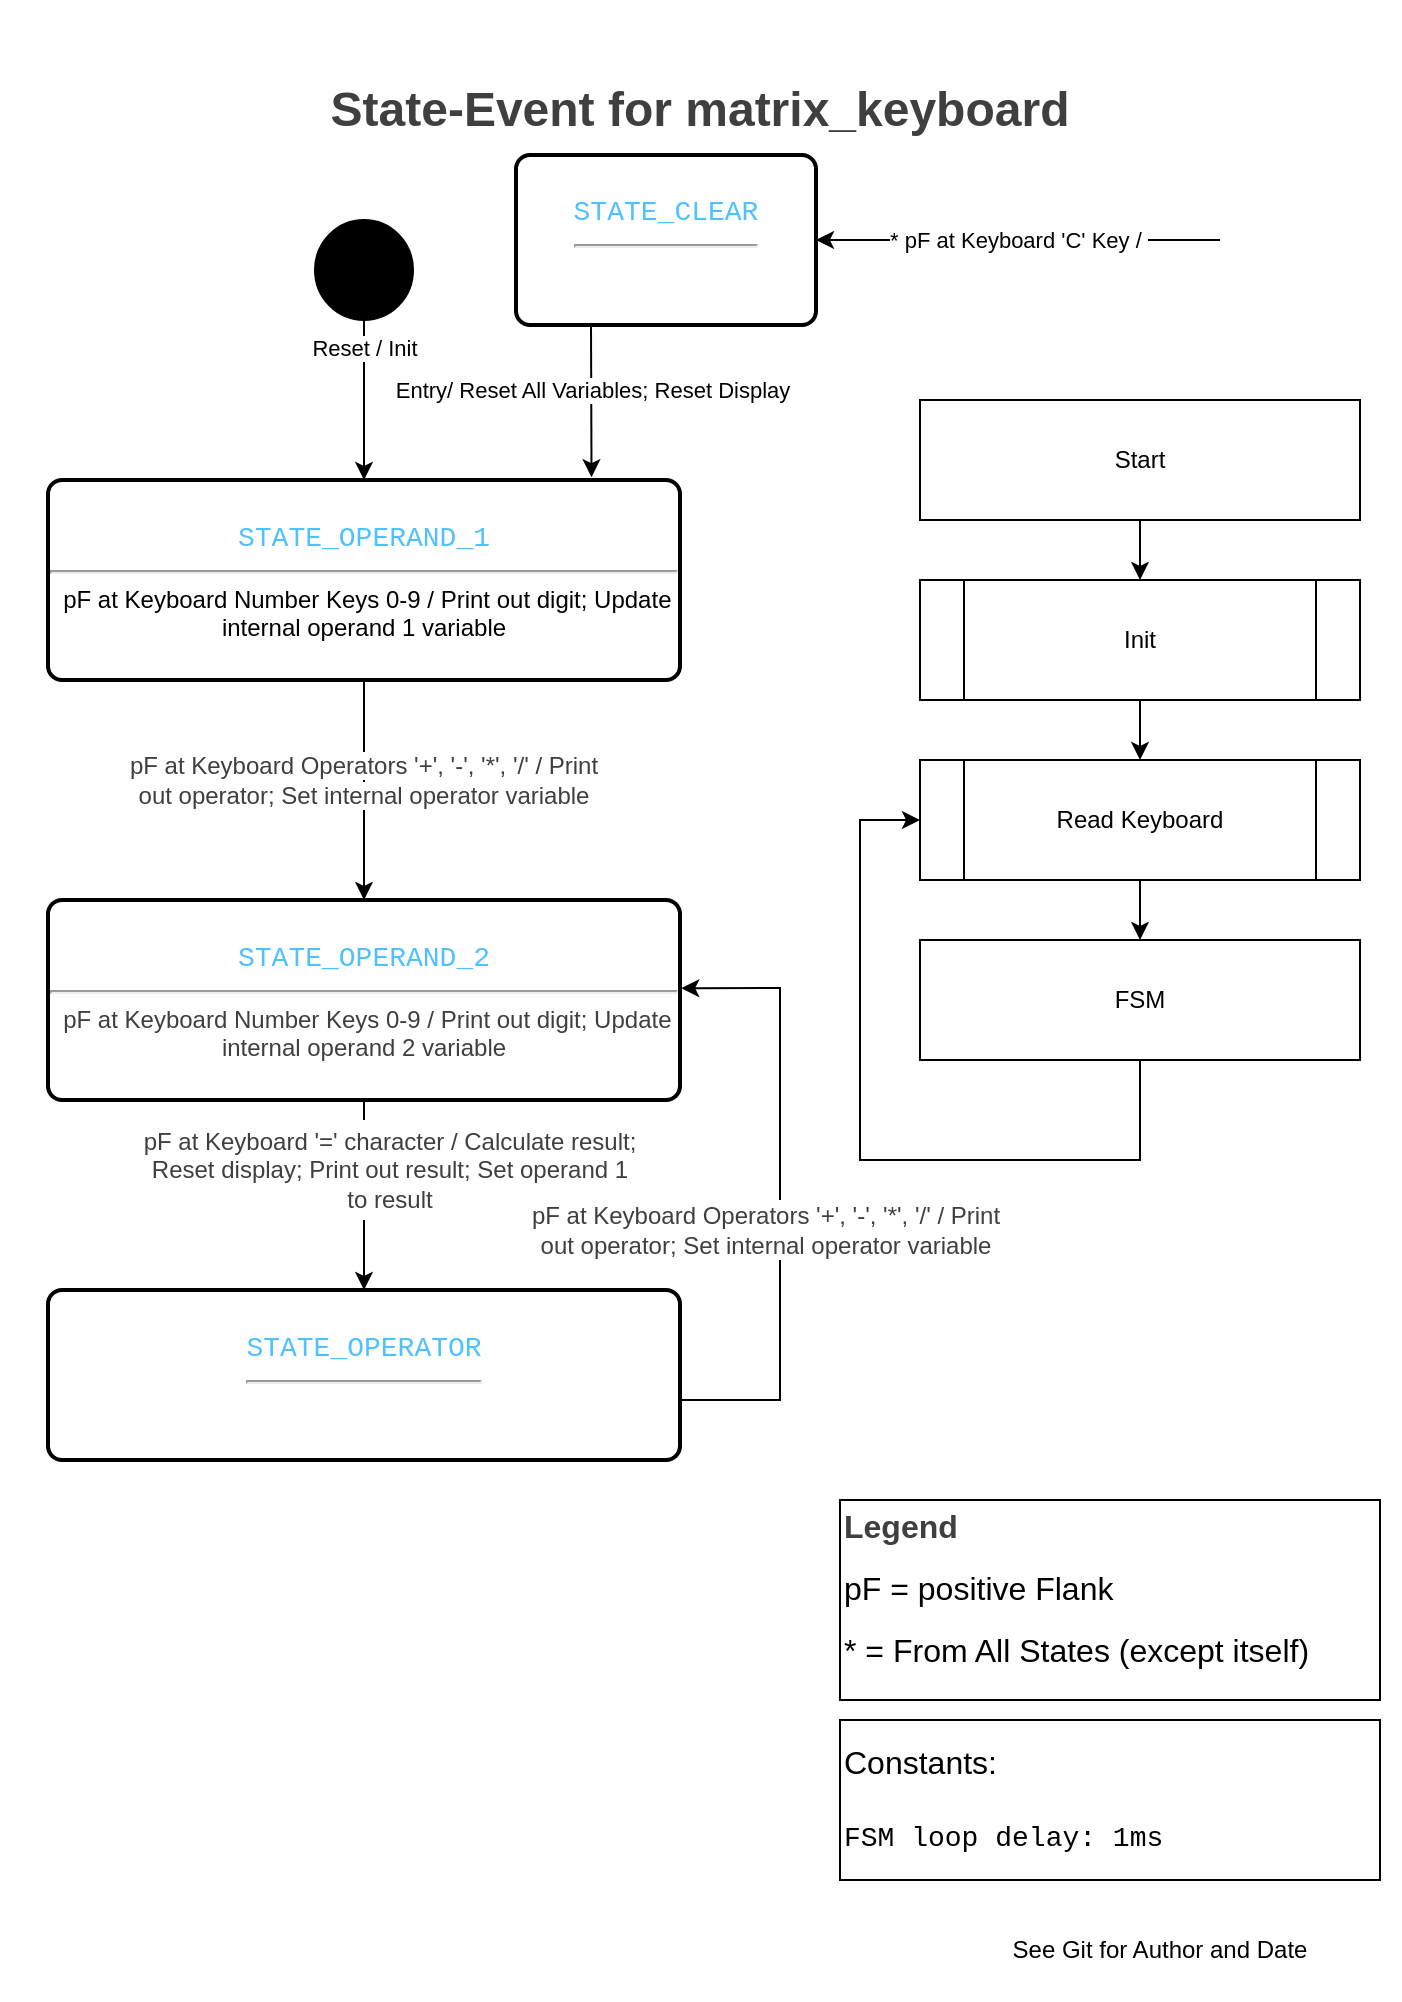
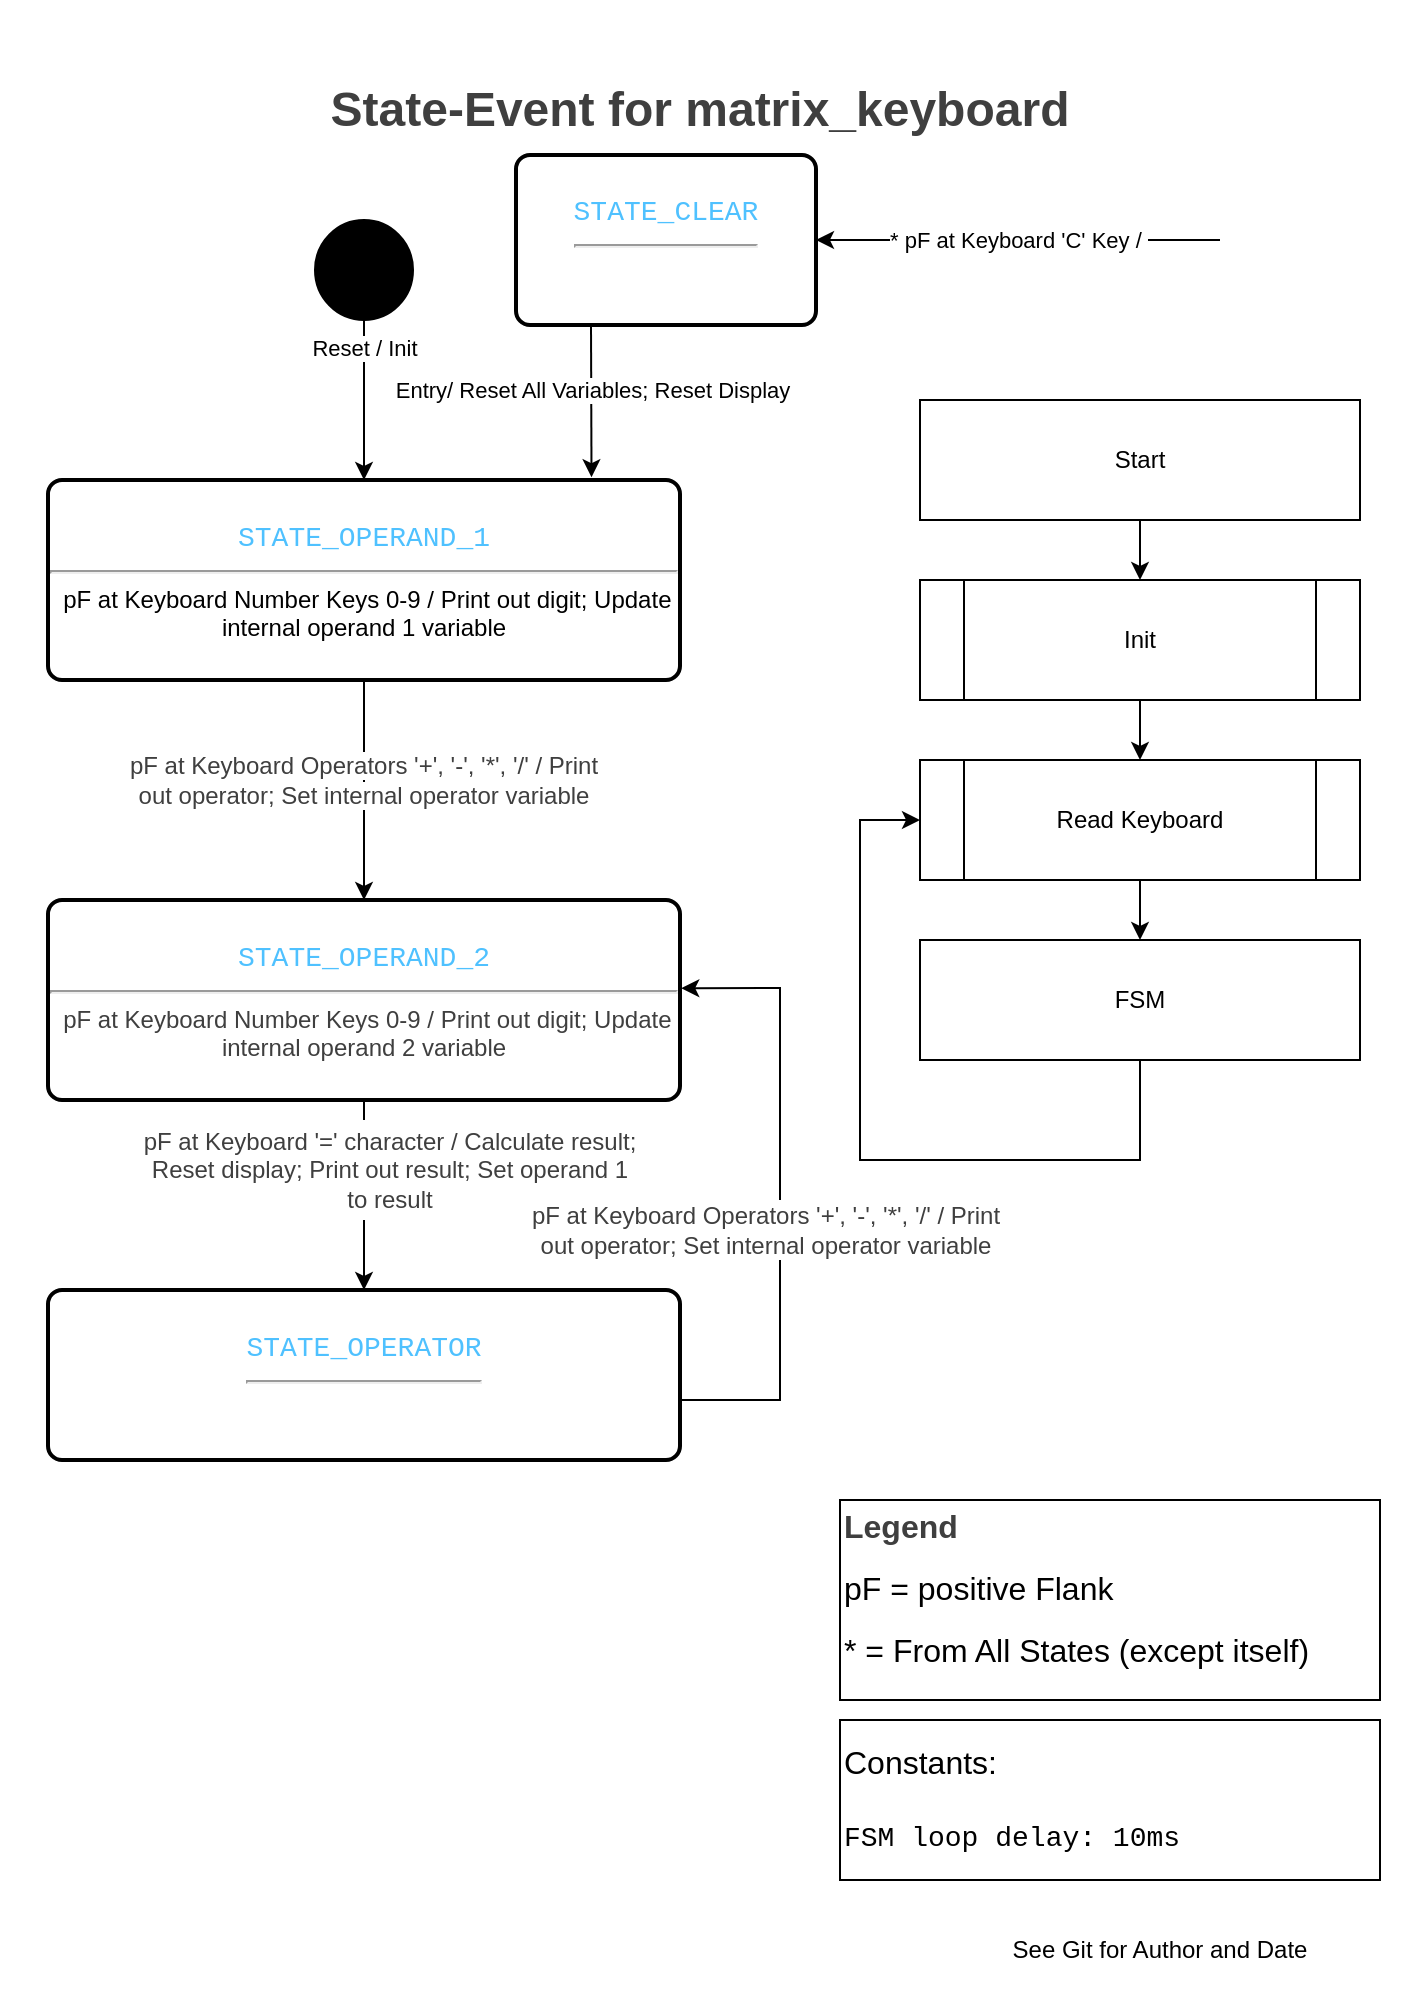
<mxfile host="65bd71144e">
    <diagram name="Seite-1" id="3LzIv_oDcxLdRf5ZIzTs">
-         <mxGraphModel dx="369" dy="1492" grid="1" gridSize="10" guides="1" tooltips="1" connect="1" arrows="1" fold="1" page="1" pageScale="1" pageWidth="827" pageHeight="1169" background="#ffffff" math="0" shadow="0">
+         <mxGraphModel dx="774" dy="1847" grid="1" gridSize="10" guides="1" tooltips="1" connect="1" arrows="1" fold="1" page="1" pageScale="1" pageWidth="827" pageHeight="1169" background="#ffffff" math="0" shadow="0">
            <root>
                <mxCell id="0"/>
                <mxCell id="1" parent="0"/>
                <mxCell id="2" value="" style="rounded=0;whiteSpace=wrap;html=1;strokeColor=none;movable=0;resizable=0;rotatable=0;deletable=0;editable=0;locked=1;connectable=0;" parent="1" vertex="1">
                    <mxGeometry x="30" y="-60" width="700" height="1000" as="geometry"/>
                </mxCell>
                <mxCell id="3" value="&lt;h1 style=&quot;color: rgb(63, 63, 63); scrollbar-color: rgb(226, 226, 226) rgb(251, 251, 251); text-wrap-mode: nowrap;&quot;&gt;&lt;b style=&quot;color: rgb(63, 63, 63); scrollbar-color: rgb(226, 226, 226) rgb(251, 251, 251);&quot;&gt;State-Event for matrix_keyboard&lt;/b&gt;&lt;/h1&gt;" style="text;html=1;align=center;verticalAlign=middle;whiteSpace=wrap;rounded=0;" parent="1" vertex="1">
                    <mxGeometry x="30" y="-40" width="700" height="70" as="geometry"/>
                </mxCell>
                <mxCell id="Lc9ec_JKBUFlBkVfgpRD-3" style="edgeStyle=orthogonalEdgeStyle;rounded=0;orthogonalLoop=1;jettySize=auto;html=1;exitX=0.5;exitY=1;exitDx=0;exitDy=0;entryX=0.5;entryY=0;entryDx=0;entryDy=0;" parent="1" source="srKGXEBpMEbrtS2G2Xaq-6" target="Lc9ec_JKBUFlBkVfgpRD-4" edge="1">
                    <mxGeometry relative="1" as="geometry">
                        <mxPoint x="164" y="315" as="targetPoint"/>
                        <mxPoint x="164" y="180" as="sourcePoint"/>
                    </mxGeometry>
                </mxCell>
                <mxCell id="Lc9ec_JKBUFlBkVfgpRD-5" value="&lt;font&gt;Reset / Init&lt;/font&gt;" style="edgeLabel;html=1;align=center;verticalAlign=middle;resizable=0;points=[];" parent="Lc9ec_JKBUFlBkVfgpRD-3" vertex="1" connectable="0">
                    <mxGeometry x="0.2976" relative="1" as="geometry">
                        <mxPoint y="-38" as="offset"/>
                    </mxGeometry>
                </mxCell>
                <mxCell id="QQM4AKSybeygNb_UfViG-3" style="edgeStyle=orthogonalEdgeStyle;rounded=0;orthogonalLoop=1;jettySize=auto;html=1;entryX=0.5;entryY=0;entryDx=0;entryDy=0;exitX=0.5;exitY=1;exitDx=0;exitDy=0;" parent="1" source="Lc9ec_JKBUFlBkVfgpRD-4" target="17" edge="1">
                    <mxGeometry relative="1" as="geometry">
                        <mxPoint x="210" y="280" as="sourcePoint"/>
                        <mxPoint x="291" y="486" as="targetPoint"/>
                    </mxGeometry>
                </mxCell>
                <mxCell id="Lc9ec_JKBUFlBkVfgpRD-4" value="&lt;div style=&quot;font-family: Consolas, &amp;quot;Courier New&amp;quot;, monospace; font-size: 14px; line-height: 19px; white-space: pre;&quot;&gt;&lt;span style=&quot;color: rgb(79, 193, 255);&quot;&gt;STATE_OPERAND_1&lt;/span&gt;&lt;/div&gt;&lt;hr&gt;&lt;font&gt;&amp;nbsp;pF at Keyboard Number Keys 0-9 / Print out digit; Update internal operand 1 variable&lt;/font&gt;" style="rounded=1;whiteSpace=wrap;html=1;absoluteArcSize=1;arcSize=14;strokeWidth=2;" parent="1" vertex="1">
                    <mxGeometry x="54" y="180" width="316" height="100" as="geometry"/>
                </mxCell>
                <mxCell id="Lc9ec_JKBUFlBkVfgpRD-9" value="&lt;h1&gt;&lt;br&gt;&lt;/h1&gt;" style="text;html=1;align=center;verticalAlign=middle;resizable=0;points=[];autosize=1;strokeColor=none;fillColor=none;" parent="1" vertex="1">
                    <mxGeometry x="130" y="20" width="20" height="70" as="geometry"/>
                </mxCell>
                <mxCell id="Lc9ec_JKBUFlBkVfgpRD-20" value="&lt;b style=&quot;font-size: medium; background-color: light-dark(#ffffff, var(--ge-dark-color, #121212)); color: rgb(63, 63, 63);&quot;&gt;Legend&lt;/b&gt;&lt;br&gt;&lt;p style=&quot;&quot;&gt;&lt;font style=&quot;background-color: light-dark(#ffffff, var(--ge-dark-color, #121212));&quot; size=&quot;3&quot;&gt;pF = positive Flank&lt;/font&gt;&lt;/p&gt;&lt;p style=&quot;&quot;&gt;&lt;font style=&quot;background-color: light-dark(#ffffff, var(--ge-dark-color, #121212));&quot; size=&quot;3&quot;&gt;* = From All States (except itself)&lt;/font&gt;&lt;/p&gt;" style="html=1;whiteSpace=wrap;align=left;" parent="1" vertex="1">
                    <mxGeometry x="450" y="690" width="270" height="100" as="geometry"/>
                </mxCell>
                <mxCell id="srKGXEBpMEbrtS2G2Xaq-6" value="" style="ellipse;fillColor=strokeColor;html=1;strokeColor=default;" parent="1" vertex="1">
                    <mxGeometry x="187.5" y="50" width="49" height="50" as="geometry"/>
                </mxCell>
-                 <mxCell id="QQM4AKSybeygNb_UfViG-6" value="&lt;div style=&quot;&quot;&gt;&lt;span style=&quot;font-size: medium; background-color: initial;&quot;&gt;&lt;font&gt;Constants:&lt;/font&gt;&lt;/span&gt;&lt;/div&gt;&lt;div style=&quot;&quot;&gt;&lt;div style=&quot;font-family: Consolas, &amp;quot;Courier New&amp;quot;, monospace; font-size: 14px; line-height: 19px; white-space: pre;&quot;&gt;&lt;div style=&quot;line-height: 19px;&quot;&gt;&lt;div style=&quot;&quot;&gt;&lt;span&gt;&lt;font&gt;&lt;br&gt;&lt;/font&gt;&lt;/span&gt;&lt;/div&gt;&lt;div style=&quot;&quot;&gt;FSM loop delay: 1ms&lt;/div&gt;&lt;/div&gt;&lt;/div&gt;&lt;/div&gt;" style="html=1;whiteSpace=wrap;align=left;" parent="1" vertex="1">
+                 <mxCell id="QQM4AKSybeygNb_UfViG-6" value="&lt;div style=&quot;&quot;&gt;&lt;span style=&quot;font-size: medium; background-color: initial;&quot;&gt;&lt;font&gt;Constants:&lt;/font&gt;&lt;/span&gt;&lt;/div&gt;&lt;div style=&quot;&quot;&gt;&lt;div style=&quot;font-family: Consolas, &amp;quot;Courier New&amp;quot;, monospace; font-size: 14px; line-height: 19px; white-space: pre;&quot;&gt;&lt;div style=&quot;line-height: 19px;&quot;&gt;&lt;div style=&quot;&quot;&gt;&lt;span&gt;&lt;font&gt;&lt;br&gt;&lt;/font&gt;&lt;/span&gt;&lt;/div&gt;&lt;div style=&quot;&quot;&gt;FSM loop delay: 10ms&lt;/div&gt;&lt;/div&gt;&lt;/div&gt;&lt;/div&gt;" style="html=1;whiteSpace=wrap;align=left;" parent="1" vertex="1">
                    <mxGeometry x="450" y="800" width="270" height="80" as="geometry"/>
                </mxCell>
                <mxCell id="QQM4AKSybeygNb_UfViG-12" style="edgeStyle=orthogonalEdgeStyle;rounded=0;orthogonalLoop=1;jettySize=auto;html=1;exitX=0.5;exitY=1;exitDx=0;exitDy=0;entryX=0.5;entryY=0;entryDx=0;entryDy=0;" parent="1" source="QQM4AKSybeygNb_UfViG-7" target="QQM4AKSybeygNb_UfViG-8" edge="1">
                    <mxGeometry relative="1" as="geometry"/>
                </mxCell>
                <mxCell id="QQM4AKSybeygNb_UfViG-7" value="&lt;font&gt;Start&lt;/font&gt;" style="rounded=0;whiteSpace=wrap;html=1;" parent="1" vertex="1">
                    <mxGeometry x="490" y="140" width="220" height="60" as="geometry"/>
                </mxCell>
                <mxCell id="7" value="" style="edgeStyle=none;html=1;" parent="1" source="QQM4AKSybeygNb_UfViG-8" target="5" edge="1">
                    <mxGeometry relative="1" as="geometry"/>
                </mxCell>
                <mxCell id="QQM4AKSybeygNb_UfViG-8" value="&lt;font&gt;Init&lt;/font&gt;" style="shape=process;whiteSpace=wrap;html=1;backgroundOutline=1;" parent="1" vertex="1">
                    <mxGeometry x="490" y="230" width="220" height="60" as="geometry"/>
                </mxCell>
                <mxCell id="16" style="edgeStyle=none;html=1;exitX=0.5;exitY=1;exitDx=0;exitDy=0;rounded=0;curved=0;entryX=0;entryY=0.5;entryDx=0;entryDy=0;" parent="1" source="QQM4AKSybeygNb_UfViG-9" target="5" edge="1">
                    <mxGeometry relative="1" as="geometry">
                        <mxPoint x="450" y="450" as="targetPoint"/>
                        <Array as="points">
                            <mxPoint x="600" y="520"/>
                            <mxPoint x="460" y="520"/>
                            <mxPoint x="460" y="350"/>
                        </Array>
                    </mxGeometry>
                </mxCell>
                <mxCell id="QQM4AKSybeygNb_UfViG-9" value="&lt;font&gt;FSM&lt;/font&gt;" style="rounded=0;whiteSpace=wrap;html=1;" parent="1" vertex="1">
                    <mxGeometry x="490" y="410" width="220" height="60" as="geometry"/>
                </mxCell>
                <mxCell id="4" value="See Git for Author and Date" style="text;html=1;align=center;verticalAlign=middle;whiteSpace=wrap;rounded=0;" parent="1" vertex="1">
                    <mxGeometry x="510" y="900" width="200" height="30" as="geometry"/>
                </mxCell>
                <mxCell id="8" value="" style="edgeStyle=none;html=1;" parent="1" source="5" target="QQM4AKSybeygNb_UfViG-9" edge="1">
                    <mxGeometry relative="1" as="geometry"/>
                </mxCell>
                <mxCell id="5" value="&lt;font&gt;Read Keyboard&lt;/font&gt;" style="shape=process;whiteSpace=wrap;html=1;backgroundOutline=1;" parent="1" vertex="1">
                    <mxGeometry x="490" y="320" width="220" height="60" as="geometry"/>
                </mxCell>
                <mxCell id="25" value="" style="edgeStyle=none;html=1;" parent="1" source="17" target="22" edge="1">
                    <mxGeometry relative="1" as="geometry"/>
                </mxCell>
                <mxCell id="17" value="&lt;div style=&quot;font-family: Consolas, &amp;quot;Courier New&amp;quot;, monospace; font-size: 14px; line-height: 19px; white-space: pre;&quot;&gt;&lt;span style=&quot;color: rgb(79, 193, 255);&quot;&gt;STATE_OPERAND_2&lt;/span&gt;&lt;/div&gt;&lt;hr&gt;&lt;font&gt;&amp;nbsp;&lt;/font&gt;&lt;span style=&quot;color: rgb(63, 63, 63);&quot;&gt;pF at Keyboard Number Keys 0-9 / Print out digit; Update internal operand 2 variable&lt;/span&gt;" style="rounded=1;whiteSpace=wrap;html=1;absoluteArcSize=1;arcSize=14;strokeWidth=2;" parent="1" vertex="1">
                    <mxGeometry x="54" y="390" width="316" height="100" as="geometry"/>
                </mxCell>
                <mxCell id="20" value="&lt;span style=&quot;font-family: monospace; font-size: 0px; text-align: start; background-color: rgb(251, 251, 251);&quot;&gt;%3CmxGraphModel%3E%3Croot%3E%3CmxCell%20id%3D%220%22%2F%3E%3CmxCell%20id%3D%221%22%20parent%3D%220%22%2F%3E%3CmxCell%20id%3D%222%22%20value%3D%22%26lt%3Bspan%26gt%3B%26lt%3Bspan%20style%3D%26quot%3Bfont-size%3A%2012px%3B%20text-wrap%3A%20wrap%3B%26quot%3B%26gt%3BpF%20at%26amp%3Bnbsp%3B%26lt%3B%2Fspan%26gt%3B%26lt%3Bspan%20style%3D%26quot%3Bcolor%3A%20rgb(86%2C%20156%2C%20214)%3B%20font-family%3A%20Consolas%2C%20%26amp%3Bquot%3BCourier%20New%26amp%3Bquot%3B%2C%20monospace%3B%20font-size%3A%2014px%3B%20white-space-collapse%3A%20preserve%3B%26quot%3B%26gt%3BB_DIRECTION_CLOCKWISE%26lt%3B%2Fspan%26gt%3B%26lt%3Bspan%20style%3D%26quot%3Bfont-size%3A%2012px%3B%20text-wrap%3A%20wrap%3B%26quot%3B%26gt%3B%2F%26lt%3B%2Fspan%26gt%3B%26lt%3B%2Fspan%26gt%3B%22%20style%3D%22edgeLabel%3Bhtml%3D1%3Balign%3Dcenter%3BverticalAlign%3Dmiddle%3Bresizable%3D0%3Bpoints%3D%5B%5D%3B%22%20vertex%3D%221%22%20connectable%3D%220%22%20parent%3D%221%22%3E%3CmxGeometry%20x%3D%22129.9999999999999%22%20y%3D%22387.8571428571429%22%20as%3D%22geometry%22%2F%3E%3C%2FmxCell%3E%3C%2Froot%3E%3C%2FmxGraphModel%3E&lt;/span&gt;" style="edgeLabel;html=1;align=center;verticalAlign=middle;resizable=0;points=[];" parent="1" vertex="1" connectable="0">
                    <mxGeometry x="299.9999999999999" y="419.9971428571429" as="geometry"/>
                </mxCell>
                <mxCell id="21" value="&lt;span style=&quot;color: rgb(63, 63, 63); background-color: rgb(255, 255, 255);&quot;&gt;pF at Keyboard Operators &#39;+&#39;, &#39;-&#39;, &#39;*&#39;, &#39;/&#39; / Print out operator; Set internal operator variable&lt;/span&gt;" style="text;html=1;align=center;verticalAlign=middle;whiteSpace=wrap;rounded=0;" parent="1" vertex="1">
                    <mxGeometry x="87" y="315" width="250" height="30" as="geometry"/>
                </mxCell>
                <mxCell id="22" value="&lt;div style=&quot;font-family: Consolas, &amp;quot;Courier New&amp;quot;, monospace; font-size: 14px; line-height: 19px; white-space: pre;&quot;&gt;&lt;span style=&quot;color: rgb(79, 193, 255);&quot;&gt;STATE_OPERATOR&lt;/span&gt;&lt;/div&gt;&lt;hr&gt;&lt;font&gt;&amp;nbsp;&lt;/font&gt;" style="rounded=1;whiteSpace=wrap;html=1;absoluteArcSize=1;arcSize=14;strokeWidth=2;" parent="1" vertex="1">
                    <mxGeometry x="54" y="585" width="316" height="85" as="geometry"/>
                </mxCell>
                <mxCell id="26" value="&lt;span style=&quot;color: rgb(63, 63, 63);&quot;&gt;pF at Keyboard &#39;=&#39; character / Calculate result; Reset display; Print out result; Set operand 1 to result&lt;/span&gt;" style="text;html=1;align=center;verticalAlign=middle;whiteSpace=wrap;rounded=0;fillColor=default;" parent="1" vertex="1">
                    <mxGeometry x="100" y="500" width="250" height="50" as="geometry"/>
                </mxCell>
                <mxCell id="27" style="edgeStyle=none;html=1;entryX=1.002;entryY=0.441;entryDx=0;entryDy=0;entryPerimeter=0;rounded=0;curved=0;" parent="1" target="17" edge="1">
                    <mxGeometry relative="1" as="geometry">
                        <mxPoint x="370" y="640" as="sourcePoint"/>
                        <Array as="points">
                            <mxPoint x="420" y="640"/>
                            <mxPoint x="420" y="434"/>
                        </Array>
                    </mxGeometry>
                </mxCell>
                <mxCell id="28" value="&lt;span style=&quot;color: rgb(63, 63, 63); background-color: rgb(255, 255, 255);&quot;&gt;pF at Keyboard Operators &#39;+&#39;, &#39;-&#39;, &#39;*&#39;, &#39;/&#39; / Print out operator; Set internal operator variable&lt;/span&gt;" style="text;html=1;align=center;verticalAlign=middle;whiteSpace=wrap;rounded=0;fillColor=default;" parent="1" vertex="1">
                    <mxGeometry x="288" y="540" width="250" height="30" as="geometry"/>
                </mxCell>
                <mxCell id="29" value="&lt;div style=&quot;font-family: Consolas, &amp;quot;Courier New&amp;quot;, monospace; font-size: 14px; line-height: 19px; white-space: pre;&quot;&gt;&lt;span style=&quot;color: rgb(79, 193, 255);&quot;&gt;STATE_CLEAR&lt;/span&gt;&lt;/div&gt;&lt;hr&gt;&lt;font&gt;&amp;nbsp;&lt;/font&gt;" style="rounded=1;whiteSpace=wrap;html=1;absoluteArcSize=1;arcSize=14;strokeWidth=2;" parent="1" vertex="1">
                    <mxGeometry x="288" y="17.5" width="150" height="85" as="geometry"/>
                </mxCell>
                <mxCell id="31" style="edgeStyle=none;html=1;exitX=0.25;exitY=1;exitDx=0;exitDy=0;entryX=0.86;entryY=-0.014;entryDx=0;entryDy=0;entryPerimeter=0;" parent="1" source="29" target="Lc9ec_JKBUFlBkVfgpRD-4" edge="1">
                    <mxGeometry relative="1" as="geometry"/>
                </mxCell>
                <mxCell id="32" value="Entry/ Reset All Variables; Reset Display" style="edgeLabel;html=1;align=center;verticalAlign=middle;resizable=0;points=[];" parent="31" vertex="1" connectable="0">
                    <mxGeometry x="-0.1437" relative="1" as="geometry">
                        <mxPoint as="offset"/>
                    </mxGeometry>
                </mxCell>
                <mxCell id="34" value="" style="endArrow=classic;html=1;entryX=1;entryY=0.5;entryDx=0;entryDy=0;" parent="1" target="29" edge="1">
                    <mxGeometry width="50" height="50" relative="1" as="geometry">
                        <mxPoint x="640" y="60" as="sourcePoint"/>
                        <mxPoint x="588" y="17.5" as="targetPoint"/>
                    </mxGeometry>
                </mxCell>
                <mxCell id="35" value="* pF at Keyboard &#39;C&#39; Key /&amp;nbsp;" style="edgeLabel;html=1;align=center;verticalAlign=middle;resizable=0;points=[];" parent="34" vertex="1" connectable="0">
                    <mxGeometry x="0.5099" y="1" relative="1" as="geometry">
                        <mxPoint x="51" y="-1" as="offset"/>
                    </mxGeometry>
                </mxCell>
            </root>
        </mxGraphModel>
    </diagram>
</mxfile>